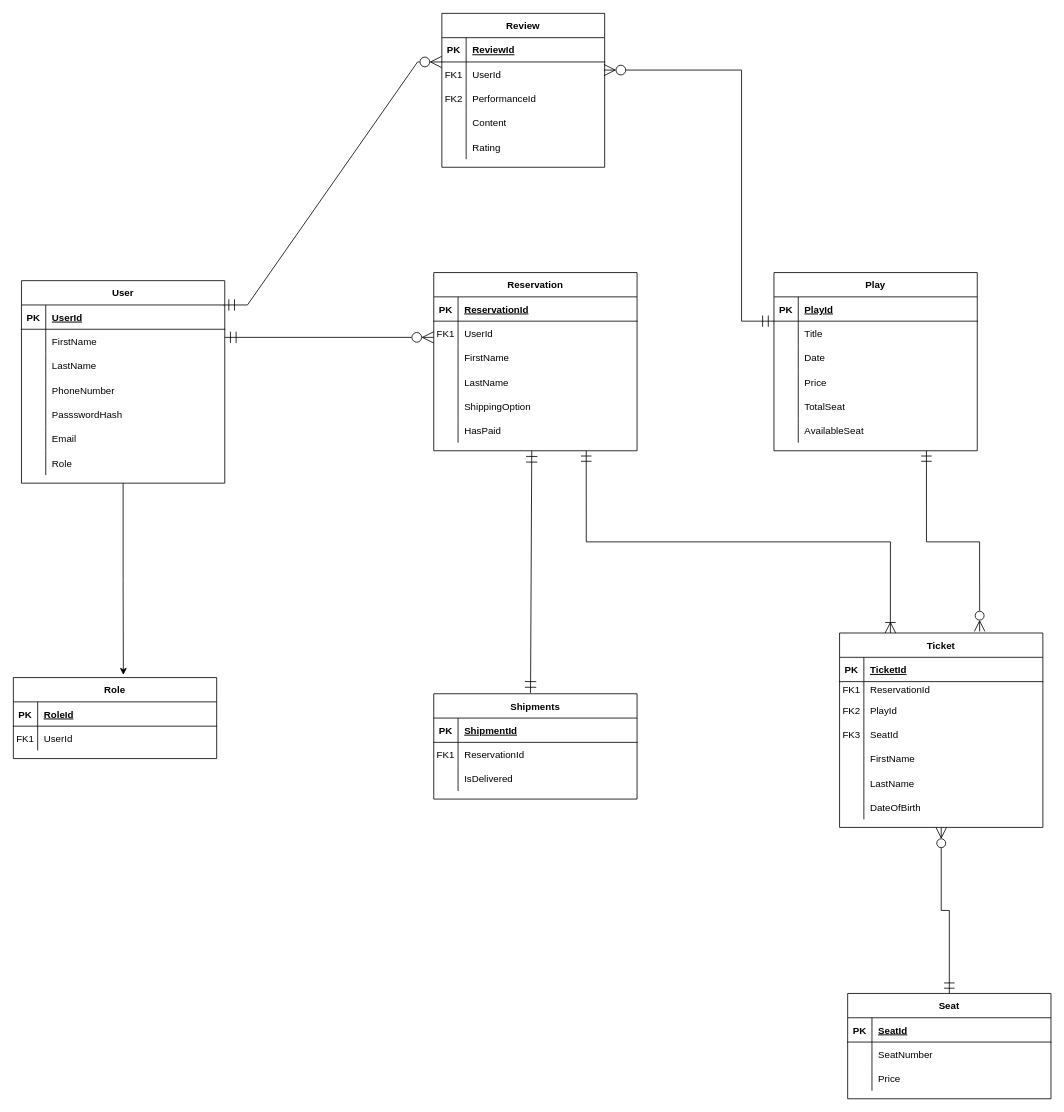
Above: Untitled Diagram.drawio in jefsamo/gct-ticketing-system (draw.io), before the change. Source tidied: cells renumbered, new cells numbered last; positions are measured from the earlier drawing's top-left corner, leaving out a move shared by most shapes. Both pictures are drawn from the tidied source at 81%, with x=0, y=0 at pixel (13, 13).
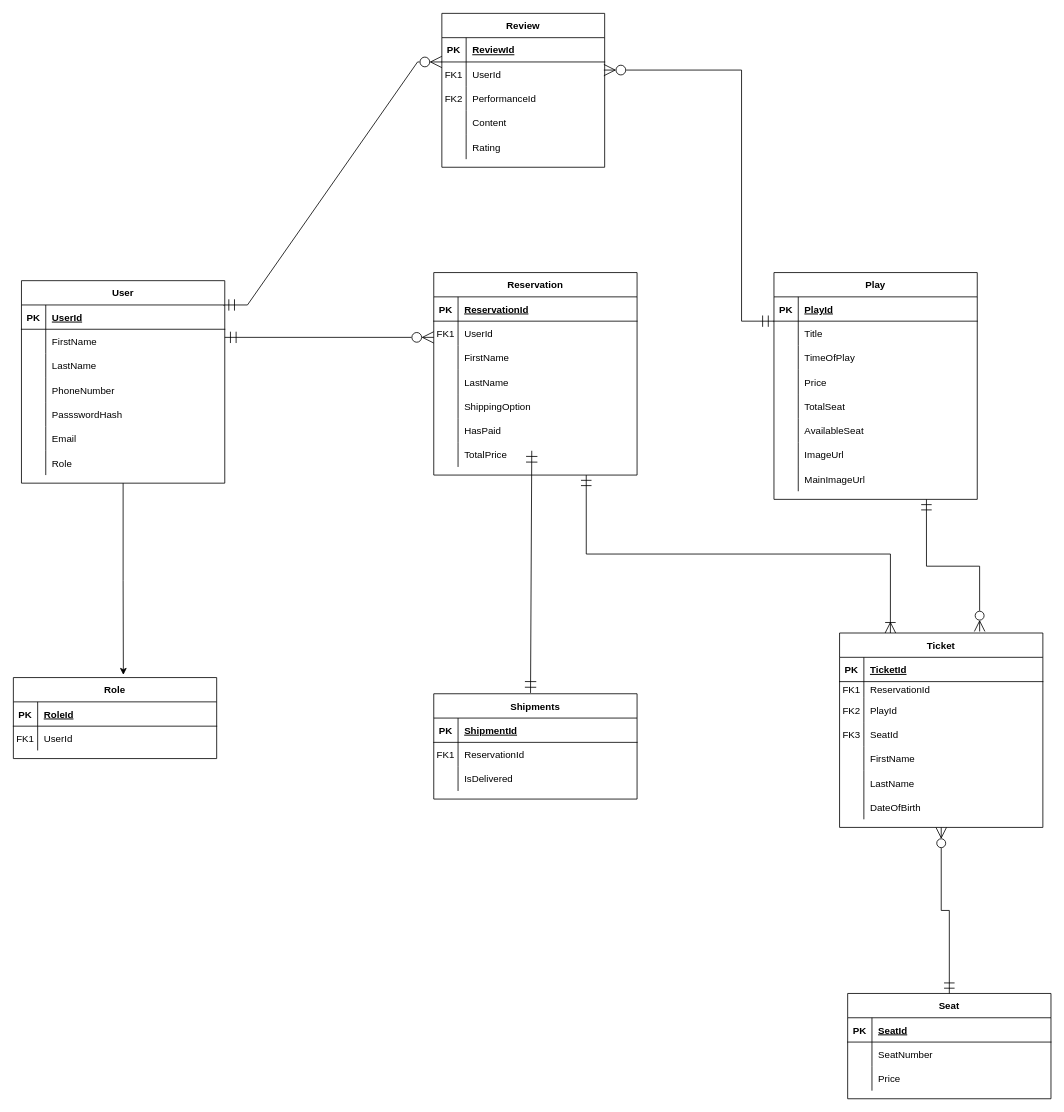
The same diagram, later.

Unchanged cells that the change refers to:
```xml
<mxCell id="40" style="shape=partialRectangle;fillColor=none;top=0;left=0;right=0;bottom=0;" parent="33" vertex="1">
  <mxGeometry y="90" width="251" height="30" as="geometry" />
</mxCell>
```

Change to the diagram source:
```diff
@@
     <mxCell id="3" value="Reservation" style="shape=table;startSize=30;childLayout=tableLayout;rowLines=0;fontStyle=1;align=center;" parent="1" vertex="1">
-      <mxGeometry x="519" y="320" width="251" height="220" as="geometry" />
+      <mxGeometry x="519" y="320" width="251" height="250" as="geometry" />
     </mxCell>
@@
+    <mxCell id="137" style="shape=partialRectangle;fillColor=none;top=0;left=0;right=0;bottom=0;" parent="3" vertex="1">
+      <mxGeometry y="210" width="251" height="30" as="geometry" />
+    </mxCell>
+    <mxCell id="138" style="shape=partialRectangle;overflow=hidden;fillColor=none;top=0;left=0;bottom=0;right=0;" parent="137" vertex="1">
+      <mxGeometry width="30" height="30" as="geometry" />
+    </mxCell>
+    <mxCell id="139" value="TotalPrice" style="shape=partialRectangle;overflow=hidden;fillColor=none;top=0;left=0;bottom=0;right=0;align=left;spacingLeft=6;" parent="137" vertex="1">
+      <mxGeometry x="30" width="221" height="30" as="geometry" />
+    </mxCell>
@@
     <mxCell id="33" value="Play" style="shape=table;startSize=30;childLayout=tableLayout;rowLines=0;fontStyle=1;align=center;" parent="1" vertex="1">
-      <mxGeometry x="939" y="320" width="251" height="220" as="geometry" />
+      <mxGeometry x="939" y="320" width="251" height="280" as="geometry" />
     </mxCell>
@@
-    <mxCell id="42" value="Date" style="shape=partialRectangle;overflow=hidden;fillColor=none;top=0;left=0;bottom=0;right=0;align=left;spacingLeft=6;" parent="40" vertex="1">
+    <mxCell id="42" value="TimeOfPlay" style="shape=partialRectangle;overflow=hidden;fillColor=none;top=0;left=0;bottom=0;right=0;align=left;spacingLeft=6;" parent="40" vertex="1">
       <mxGeometry x="30" width="221" height="30" as="geometry" />
     </mxCell>
@@
+    <mxCell id="140" style="shape=partialRectangle;fillColor=none;top=0;left=0;right=0;bottom=0;" parent="33" vertex="1">
+      <mxGeometry y="210" width="251" height="30" as="geometry" />
+    </mxCell>
+    <mxCell id="141" style="shape=partialRectangle;overflow=hidden;fillColor=none;top=0;left=0;bottom=0;right=0;" parent="140" vertex="1">
+      <mxGeometry width="30" height="30" as="geometry" />
+    </mxCell>
+    <mxCell id="142" value="ImageUrl" style="shape=partialRectangle;overflow=hidden;fillColor=none;top=0;left=0;bottom=0;right=0;align=left;spacingLeft=6;" parent="140" vertex="1">
+      <mxGeometry x="30" width="221" height="30" as="geometry" />
+    </mxCell>
+    <mxCell id="143" style="shape=partialRectangle;fillColor=none;top=0;left=0;right=0;bottom=0;" parent="33" vertex="1">
+      <mxGeometry y="240" width="251" height="30" as="geometry" />
+    </mxCell>
+    <mxCell id="144" style="shape=partialRectangle;overflow=hidden;fillColor=none;top=0;left=0;bottom=0;right=0;" parent="143" vertex="1">
+      <mxGeometry width="30" height="30" as="geometry" />
+    </mxCell>
+    <mxCell id="145" value="MainImageUrl" style="shape=partialRectangle;overflow=hidden;fillColor=none;top=0;left=0;bottom=0;right=0;align=left;spacingLeft=6;" parent="143" vertex="1">
+      <mxGeometry x="30" width="221" height="30" as="geometry" />
+    </mxCell>
```
